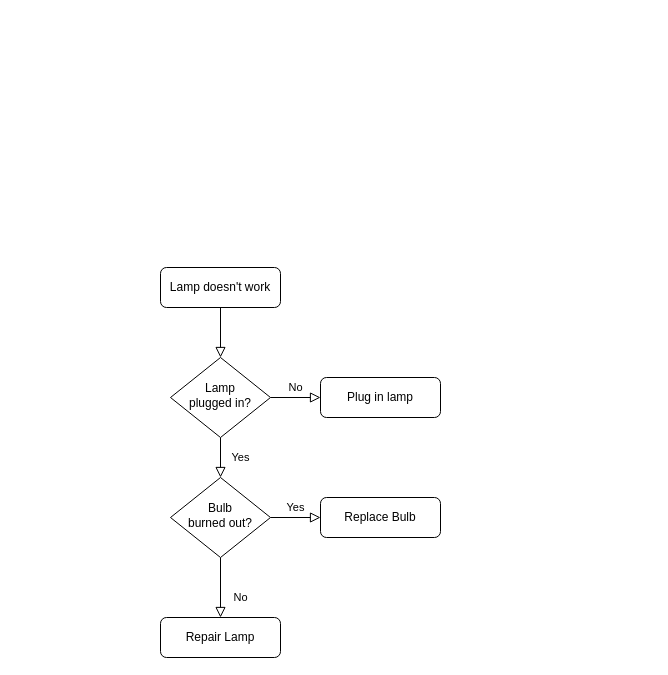
The draw.io diagram formula_calculation.drawio in mamonovartval/mamonovartval, before the edit. Source tidied: cells renumbered, new cells numbered last; positions are measured from the earlier drawing's top-left corner, leaving out a move shared by most shapes. Both pictures are drawn from the tidied source at 100%, with x=0, y=0 at pixel (160, 267).
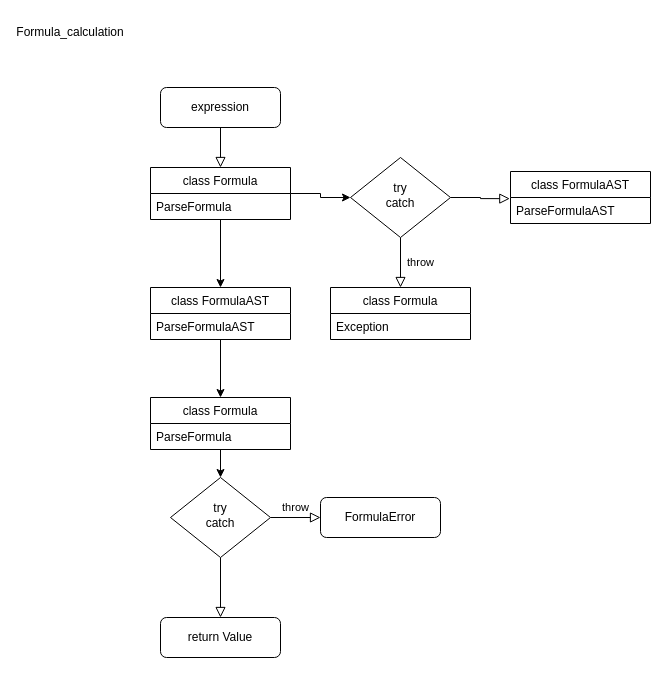
Above is the later version.

The edit, as a diff of the source:
```diff
@@
-    <mxCell id="2" style="rounded=0;html=1;jettySize=auto;fontSize=11;endArrow=block;endFill=0;endSize=8;strokeWidth=1;shadow=0;labelBackgroundColor=none;edgeStyle=orthogonalEdgeStyle;" parent="1" edge="1" source="3" target="6">
+    <mxCell id="2" style="rounded=0;html=1;jettySize=auto;fontSize=11;endArrow=block;endFill=0;endSize=8;strokeWidth=1;shadow=0;labelBackgroundColor=none;edgeStyle=orthogonalEdgeStyle;entryX=0.5;entryY=0;entryDx=0;entryDy=0;" parent="1" edge="1" source="3" target="15">
       <mxGeometry relative="1" as="geometry" />
     </mxCell>
-    <mxCell id="3" value="Lamp doesn't work" style="rounded=1;whiteSpace=wrap;html=1;fontSize=12;glass=0;strokeWidth=1;shadow=0;" parent="1" vertex="1">
-      <mxGeometry width="120" height="40" as="geometry" />
+    <mxCell id="3" value="expression" style="rounded=1;whiteSpace=wrap;html=1;fontSize=12;glass=0;strokeWidth=1;shadow=0;" parent="1" vertex="1">
+      <mxGeometry y="-180" width="120" height="40" as="geometry" />
     </mxCell>
-    <mxCell id="4" value="Yes" style="rounded=0;html=1;jettySize=auto;fontSize=11;endArrow=block;endFill=0;endSize=8;strokeWidth=1;shadow=0;labelBackgroundColor=none;edgeStyle=orthogonalEdgeStyle;" parent="1" edge="1" source="6" target="10">
+    <mxCell id="4" value="throw" style="rounded=0;html=1;jettySize=auto;fontSize=11;endArrow=block;endFill=0;endSize=8;strokeWidth=1;shadow=0;labelBackgroundColor=none;edgeStyle=orthogonalEdgeStyle;entryX=0.5;entryY=0;entryDx=0;entryDy=0;" parent="1" edge="1" source="6" target="19">
       <mxGeometry y="20" relative="1" as="geometry" />
     </mxCell>
-    <mxCell id="5" value="No" style="edgeStyle=orthogonalEdgeStyle;rounded=0;html=1;jettySize=auto;fontSize=11;endArrow=block;endFill=0;endSize=8;strokeWidth=1;shadow=0;labelBackgroundColor=none;" parent="1" edge="1" source="6" target="7">
-      <mxGeometry y="10" relative="1" as="geometry" />
+    <mxCell id="5" style="edgeStyle=orthogonalEdgeStyle;rounded=0;html=1;jettySize=auto;fontSize=11;endArrow=block;endFill=0;endSize=8;strokeWidth=1;shadow=0;labelBackgroundColor=none;entryX=-0.005;entryY=0.044;entryDx=0;entryDy=0;entryPerimeter=0;" parent="1" edge="1" source="6" target="18">
+      <mxGeometry x="-0.2" y="10" relative="1" as="geometry" />
     </mxCell>
-    <mxCell id="6" value="Lamp&lt;br&gt;plugged in?" style="rhombus;whiteSpace=wrap;html=1;shadow=0;fontFamily=Helvetica;fontSize=12;align=center;strokeWidth=1;spacing=6;spacingTop=-4;" parent="1" vertex="1">
-      <mxGeometry x="10" y="90" width="100" height="80" as="geometry" />
+    <mxCell id="6" value="try&lt;br&gt;catch" style="rhombus;whiteSpace=wrap;html=1;shadow=0;fontFamily=Helvetica;fontSize=12;align=center;strokeWidth=1;spacing=6;spacingTop=-4;" parent="1" vertex="1">
+      <mxGeometry x="190" y="-110" width="100" height="80" as="geometry" />
     </mxCell>
-    <mxCell id="7" value="Plug in lamp" style="rounded=1;whiteSpace=wrap;html=1;fontSize=12;glass=0;strokeWidth=1;shadow=0;" parent="1" vertex="1">
-      <mxGeometry x="160" y="110" width="120" height="40" as="geometry" />
-    </mxCell>
-    <mxCell id="8" value="No" style="rounded=0;html=1;jettySize=auto;fontSize=11;endArrow=block;endFill=0;endSize=8;strokeWidth=1;shadow=0;labelBackgroundColor=none;edgeStyle=orthogonalEdgeStyle;" parent="1" edge="1" source="10" target="11">
+    <mxCell id="8" style="rounded=0;html=1;jettySize=auto;fontSize=11;endArrow=block;endFill=0;endSize=8;strokeWidth=1;shadow=0;labelBackgroundColor=none;edgeStyle=orthogonalEdgeStyle;" parent="1" edge="1" source="10" target="11">
       <mxGeometry x="0.33" y="20" relative="1" as="geometry" />
     </mxCell>
-    <mxCell id="9" value="Yes" style="edgeStyle=orthogonalEdgeStyle;rounded=0;html=1;jettySize=auto;fontSize=11;endArrow=block;endFill=0;endSize=8;strokeWidth=1;shadow=0;labelBackgroundColor=none;" parent="1" edge="1" source="10" target="12">
+    <mxCell id="9" value="throw" style="edgeStyle=orthogonalEdgeStyle;rounded=0;html=1;jettySize=auto;fontSize=11;endArrow=block;endFill=0;endSize=8;strokeWidth=1;shadow=0;labelBackgroundColor=none;" parent="1" edge="1" source="10" target="12">
       <mxGeometry y="10" relative="1" as="geometry" />
     </mxCell>
-    <mxCell id="10" value="Bulb&lt;br&gt;burned out?" style="rhombus;whiteSpace=wrap;html=1;shadow=0;fontFamily=Helvetica;fontSize=12;align=center;strokeWidth=1;spacing=6;spacingTop=-4;" parent="1" vertex="1">
+    <mxCell id="10" value="try&lt;br&gt;catch" style="rhombus;whiteSpace=wrap;html=1;shadow=0;fontFamily=Helvetica;fontSize=12;align=center;strokeWidth=1;spacing=6;spacingTop=-4;" parent="1" vertex="1">
       <mxGeometry x="10" y="210" width="100" height="80" as="geometry" />
     </mxCell>
-    <mxCell id="11" value="Repair Lamp" style="rounded=1;whiteSpace=wrap;html=1;fontSize=12;glass=0;strokeWidth=1;shadow=0;" parent="1" vertex="1">
+    <mxCell id="11" value="return Value" style="rounded=1;whiteSpace=wrap;html=1;fontSize=12;glass=0;strokeWidth=1;shadow=0;" parent="1" vertex="1">
       <mxGeometry y="350" width="120" height="40" as="geometry" />
     </mxCell>
-    <mxCell id="12" value="Replace Bulb" style="rounded=1;whiteSpace=wrap;html=1;fontSize=12;glass=0;strokeWidth=1;shadow=0;" parent="1" vertex="1">
+    <mxCell id="12" value="FormulaError" style="rounded=1;whiteSpace=wrap;html=1;fontSize=12;glass=0;strokeWidth=1;shadow=0;" parent="1" vertex="1">
       <mxGeometry x="160" y="230" width="120" height="40" as="geometry" />
     </mxCell>
+    <mxCell id="13" style="edgeStyle=orthogonalEdgeStyle;rounded=0;jettySize=auto;html=1;" parent="1" edge="1" source="15" target="6">
+      <mxGeometry relative="1" as="geometry" />
+    </mxCell>
+    <mxCell id="14" style="edgeStyle=orthogonalEdgeStyle;rounded=0;jettySize=auto;html=1;entryX=0.5;entryY=0;entryDx=0;entryDy=0;" parent="1" edge="1" source="15" target="22">
+      <mxGeometry relative="1" as="geometry" />
+    </mxCell>
+    <mxCell id="15" value="class Formula" style="swimlane;fontStyle=0;horizontal=1;startSize=26;fillColor=none;" parent="1" vertex="1">
+      <mxGeometry x="-10" y="-100" width="140" height="52" as="geometry" />
+    </mxCell>
+    <mxCell id="16" value="ParseFormula" style="text;strokeColor=none;fillColor=none;align=left;verticalAlign=top;spacingLeft=4;spacingRight=4;overflow=hidden;" parent="15" vertex="1">
+      <mxGeometry y="26" width="140" height="26" as="geometry" />
+    </mxCell>
+    <mxCell id="17" value="class FormulaAST" style="swimlane;fontStyle=0;horizontal=1;startSize=26;fillColor=none;" parent="1" vertex="1">
+      <mxGeometry x="350" y="-96" width="140" height="52" as="geometry" />
+    </mxCell>
+    <mxCell id="18" value="ParseFormulaAST" style="text;strokeColor=none;fillColor=none;align=left;verticalAlign=top;spacingLeft=4;spacingRight=4;overflow=hidden;points=[[0,0.5],[1,0.5]];portConstraint=eastwest;" parent="17" vertex="1">
+      <mxGeometry y="26" width="140" height="26" as="geometry" />
+    </mxCell>
+    <mxCell id="19" value="class Formula" style="swimlane;fontStyle=0;horizontal=1;startSize=26;fillColor=none;" parent="1" vertex="1">
+      <mxGeometry x="170" y="20" width="140" height="52" as="geometry" />
+    </mxCell>
+    <mxCell id="20" value="Exception" style="text;strokeColor=none;fillColor=none;align=left;verticalAlign=top;spacingLeft=4;spacingRight=4;overflow=hidden;" parent="19" vertex="1">
+      <mxGeometry y="26" width="140" height="26" as="geometry" />
+    </mxCell>
+    <mxCell id="21" style="edgeStyle=orthogonalEdgeStyle;rounded=0;jettySize=auto;html=1;entryX=0.5;entryY=0;entryDx=0;entryDy=0;" parent="1" edge="1" source="22" target="25">
+      <mxGeometry relative="1" as="geometry" />
+    </mxCell>
+    <mxCell id="22" value="class FormulaAST" style="swimlane;fontStyle=0;horizontal=1;startSize=26;fillColor=none;" parent="1" vertex="1">
+      <mxGeometry x="-10" y="20" width="140" height="52" as="geometry" />
+    </mxCell>
+    <mxCell id="23" value="ParseFormulaAST" style="text;strokeColor=none;fillColor=none;align=left;verticalAlign=top;spacingLeft=4;spacingRight=4;overflow=hidden;" parent="22" vertex="1">
+      <mxGeometry y="26" width="140" height="26" as="geometry" />
+    </mxCell>
+    <mxCell id="24" style="edgeStyle=orthogonalEdgeStyle;rounded=0;jettySize=auto;html=1;entryX=0.5;entryY=0;entryDx=0;entryDy=0;" parent="1" edge="1" source="25" target="10">
+      <mxGeometry relative="1" as="geometry" />
+    </mxCell>
+    <mxCell id="25" value="class Formula" style="swimlane;fontStyle=0;horizontal=1;startSize=26;fillColor=none;" parent="1" vertex="1">
+      <mxGeometry x="-10" y="130" width="140" height="52" as="geometry" />
+    </mxCell>
+    <mxCell id="26" value="ParseFormula" style="text;strokeColor=none;fillColor=none;align=left;verticalAlign=top;spacingLeft=4;spacingRight=4;overflow=hidden;" parent="25" vertex="1">
+      <mxGeometry y="26" width="140" height="26" as="geometry" />
+    </mxCell>
+    <mxCell id="27" value="Formula_calculation" style="text;html=1;strokeColor=none;fillColor=none;align=center;verticalAlign=middle;whiteSpace=wrap;rounded=0;" parent="1" vertex="1">
+      <mxGeometry x="-120" y="-250" width="60" height="30" as="geometry" />
+    </mxCell>
```
